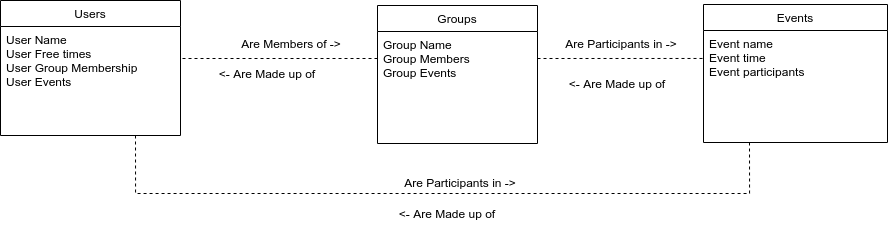
This is Domain_Diagram.png from calvin-cs262-fall2020-teamD/freetime-project, a draw.io export, as it was before one commit. Source tidied: cells renumbered, new cells last; positions are measured from the earlier drawing's top-left corner, leaving out a move shared by most shapes.
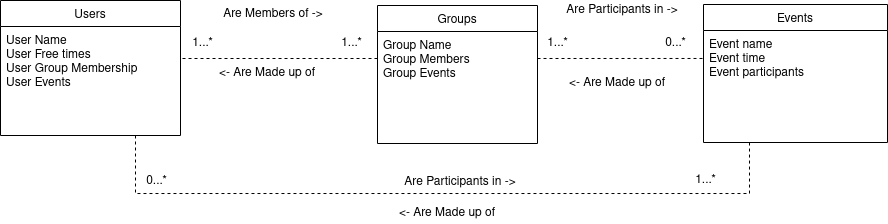
The same diagram one commit later.

Commit message:
Updates domain diagram

The edit, as a diff of the source:
```diff
@@ -40,10 +40,10 @@
       <mxGeometry relative="1" as="geometry" />
     </mxCell>
     <mxCell id="12" value="Are Participants in -&amp;gt;" style="text;html=1;strokeColor=none;fillColor=none;align=center;verticalAlign=middle;whiteSpace=wrap;rounded=0;" parent="1" vertex="1">
-      <mxGeometry x="546" y="33" width="150" height="20" as="geometry" />
+      <mxGeometry x="547" width="150" height="20" as="geometry" />
     </mxCell>
-    <mxCell id="13" value="Are Members of -&amp;gt;" style="text;html=1;strokeColor=none;fillColor=none;align=center;verticalAlign=middle;whiteSpace=wrap;rounded=0;" parent="1" vertex="1">
-      <mxGeometry x="236" y="33" width="110" height="20" as="geometry" />
+    <mxCell id="13" value="&lt;div&gt;1...*&lt;/div&gt;" style="text;html=1;strokeColor=none;fillColor=none;align=center;verticalAlign=middle;whiteSpace=wrap;rounded=0;" parent="1" vertex="1">
+      <mxGeometry x="187" y="38" width="31" height="10" as="geometry" />
     </mxCell>
     <mxCell id="14" value="&amp;lt;- Are Made up of" style="text;html=1;strokeColor=none;fillColor=none;align=center;verticalAlign=middle;whiteSpace=wrap;rounded=0;" parent="1" vertex="1">
       <mxGeometry x="187" y="63" width="160" height="20" as="geometry" />
@@ -57,5 +57,23 @@
     <mxCell id="17" value="&amp;lt;- Are Made up of" style="text;html=1;strokeColor=none;fillColor=none;align=center;verticalAlign=middle;whiteSpace=wrap;rounded=0;" parent="1" vertex="1">
       <mxGeometry x="367" y="203" width="160" height="20" as="geometry" />
     </mxCell>
+    <mxCell id="18" value="Are Members of -&amp;gt;" style="text;html=1;strokeColor=none;fillColor=none;align=center;verticalAlign=middle;whiteSpace=wrap;rounded=0;" parent="1" vertex="1">
+      <mxGeometry x="218" y="4" width="110" height="20" as="geometry" />
+    </mxCell>
+    <mxCell id="19" value="&lt;div&gt;1...*&lt;/div&gt;" style="text;html=1;strokeColor=none;fillColor=none;align=center;verticalAlign=middle;whiteSpace=wrap;rounded=0;" parent="1" vertex="1">
+      <mxGeometry x="336" y="38" width="31" height="10" as="geometry" />
+    </mxCell>
+    <mxCell id="20" value="&lt;div&gt;1...*&lt;/div&gt;" style="text;html=1;strokeColor=none;fillColor=none;align=center;verticalAlign=middle;whiteSpace=wrap;rounded=0;" parent="1" vertex="1">
+      <mxGeometry x="542" y="38" width="31" height="10" as="geometry" />
+    </mxCell>
+    <mxCell id="21" value="&lt;div&gt;0...*&lt;/div&gt;" style="text;html=1;strokeColor=none;fillColor=none;align=center;verticalAlign=middle;whiteSpace=wrap;rounded=0;" parent="1" vertex="1">
+      <mxGeometry x="660" y="38" width="31" height="10" as="geometry" />
+    </mxCell>
+    <mxCell id="22" value="&lt;div&gt;0...*&lt;/div&gt;" style="text;html=1;strokeColor=none;fillColor=none;align=center;verticalAlign=middle;whiteSpace=wrap;rounded=0;" parent="1" vertex="1">
+      <mxGeometry x="141" y="176" width="31" height="10" as="geometry" />
+    </mxCell>
+    <mxCell id="23" value="&lt;div&gt;1...*&lt;/div&gt;" style="text;html=1;strokeColor=none;fillColor=none;align=center;verticalAlign=middle;whiteSpace=wrap;rounded=0;" parent="1" vertex="1">
+      <mxGeometry x="690" y="175" width="31" height="10" as="geometry" />
+    </mxCell>
   </root>
 </mxGraphModel>
```
